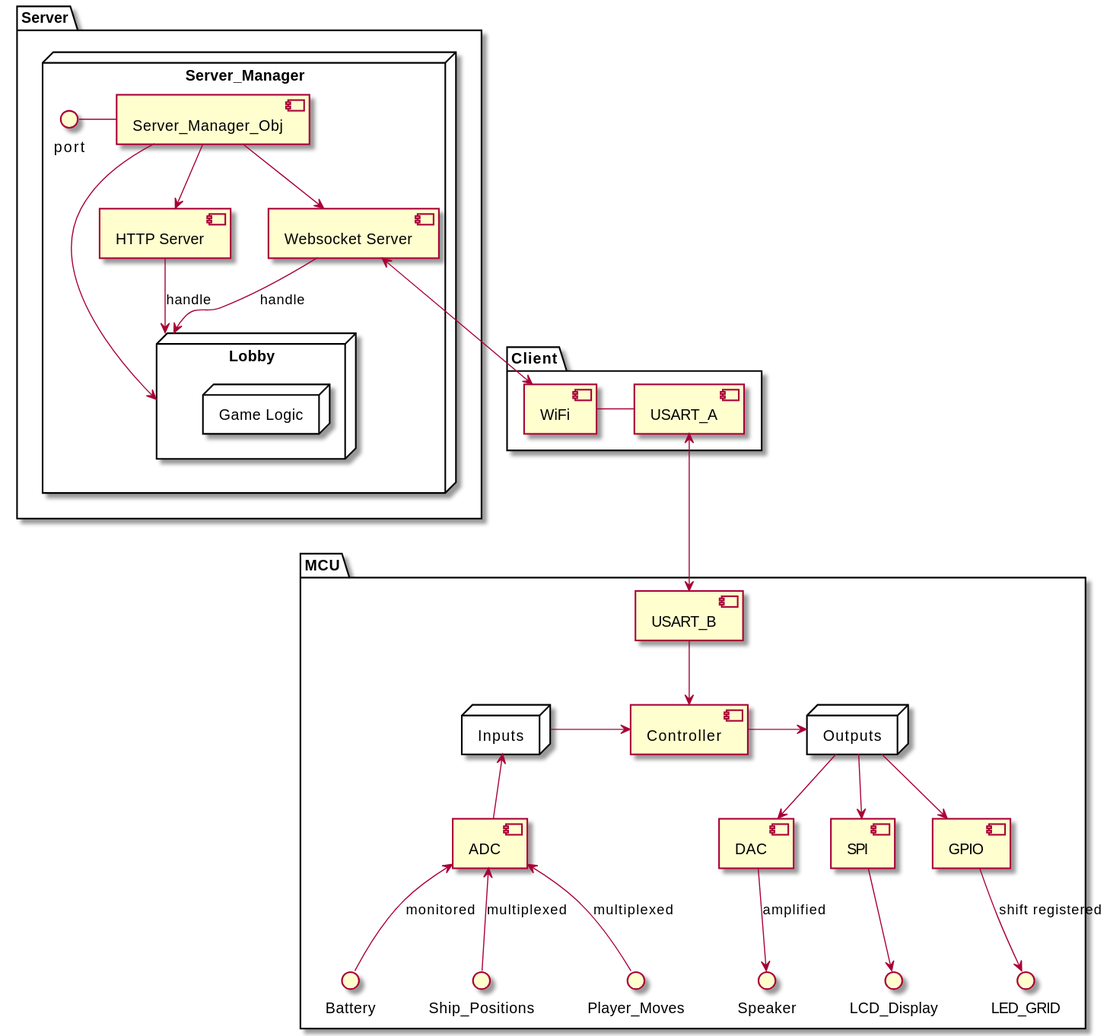
The PlantUML diagram docs/diagrams/dest/system/System_Class_Diagram.svg in Sink-or-be-Sunk/Websocket_Server, before a commit.
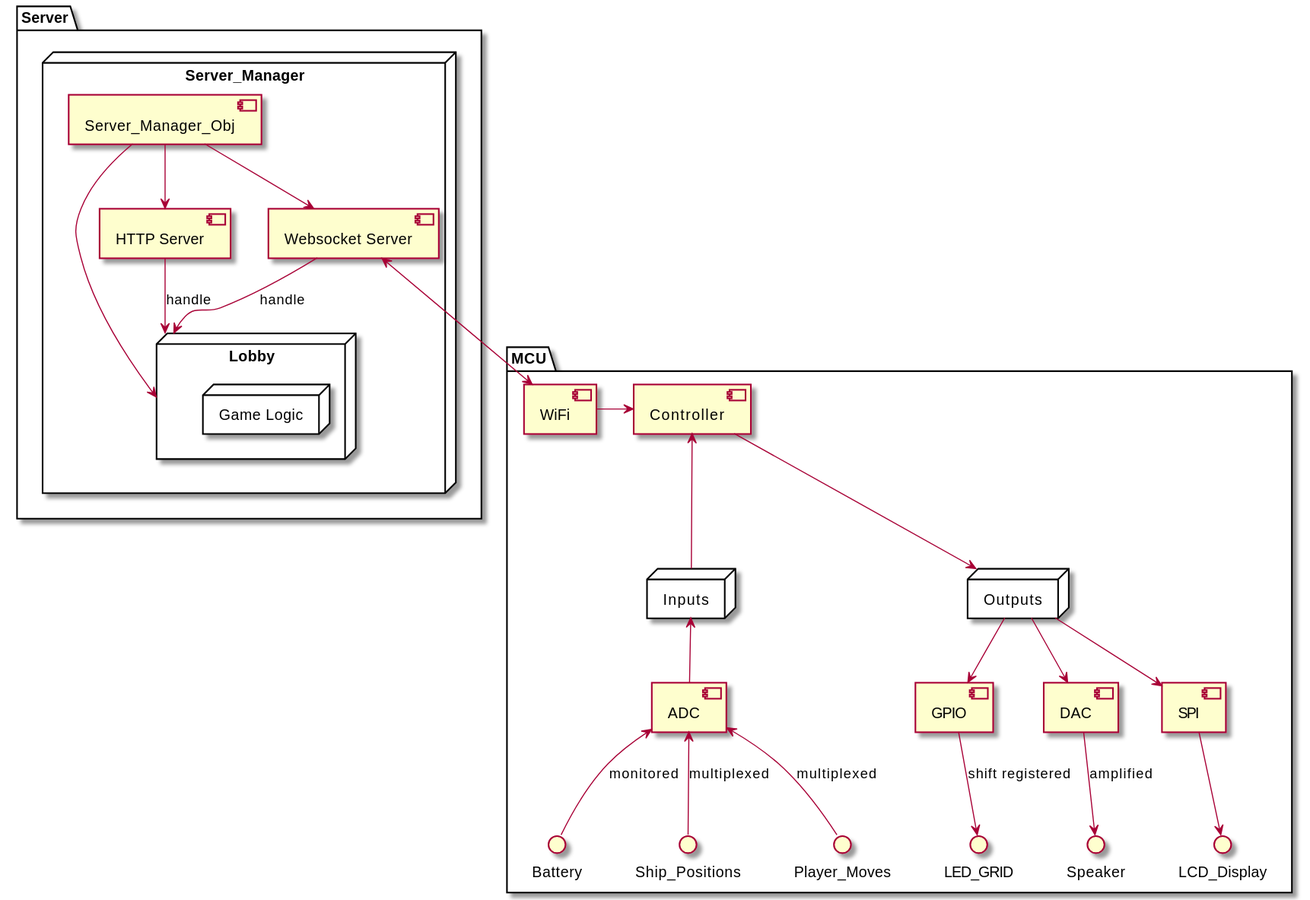
The same diagram one commit later.

Commit message:
left off working on friend requests in user.ts

What changed in the source:
```diff
@@ -5,7 +5,6 @@
             node "Game Logic" {
             }
         }
-        [Server_Manager_Obj] -left- port
         [Server_Manager_Obj] -down-> [HTTP Server]
         [Server_Manager_Obj] -down-> [Websocket Server]
         [Server_Manager_Obj] -right-> Lobby
@@ -16,15 +15,10 @@
     [HTTP Server] --> Lobby : handle
 }
 
-package "Client" {
-    [WiFi] - [USART_A]
-}
-
 package "MCU" {
-    [USART_B] --> [Controller]
-
-    [Controller] <-left- Inputs
-    [Controller] -right-> Outputs
+    [WiFi] -> [Controller]
+    [Controller] <-down- Inputs
+    [Controller] -down-> Outputs
 
     node "Inputs" {
     }
@@ -45,6 +39,5 @@
     [SPI] -down-> LCD_Display
 }
 
-[USART_A] <--> [USART_B]
 [Websocket Server] <--> [WiFi]
 @enduml
```
